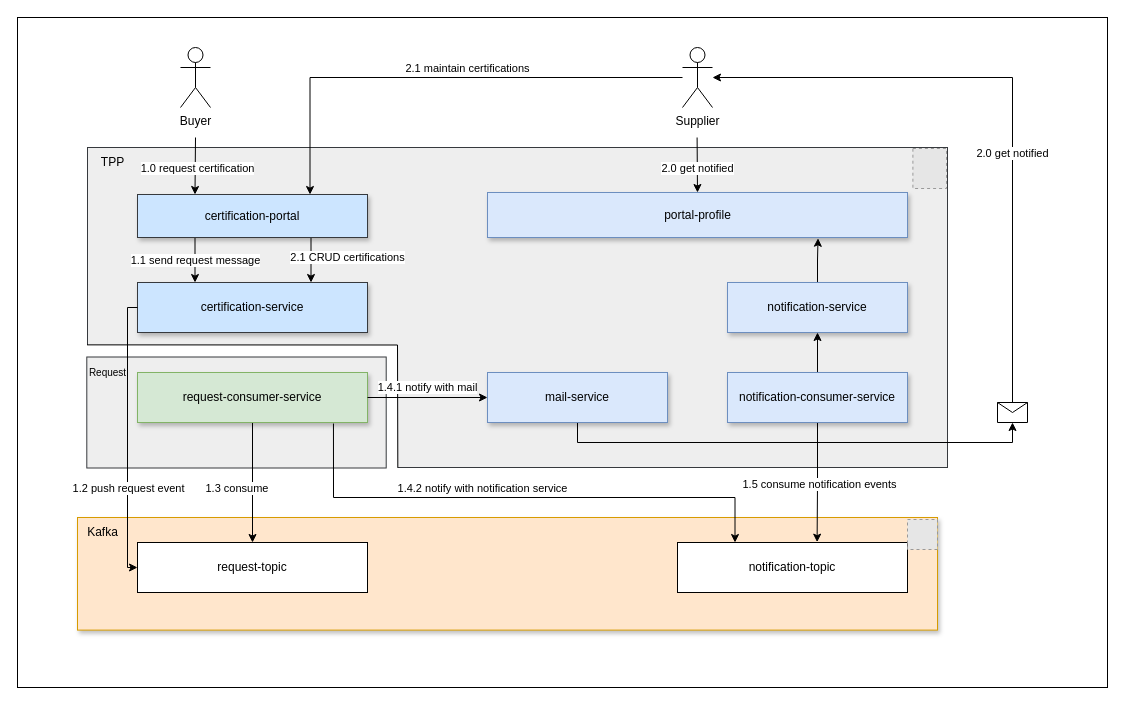
This is page "Page-4" (4 of 4) of request.drawio from huangshijie/Drawio, a draw.io file, before an edit. Source tidied: cells renumbered, new cells numbered last; positions are measured from the earlier drawing's top-left corner, leaving out a move shared by most shapes. Both pictures are drawn from the tidied source at 100%, with x=0, y=0 at pixel (17, 17). Pictures stored in the file or linked from it are replaced by grey dashed boxes.
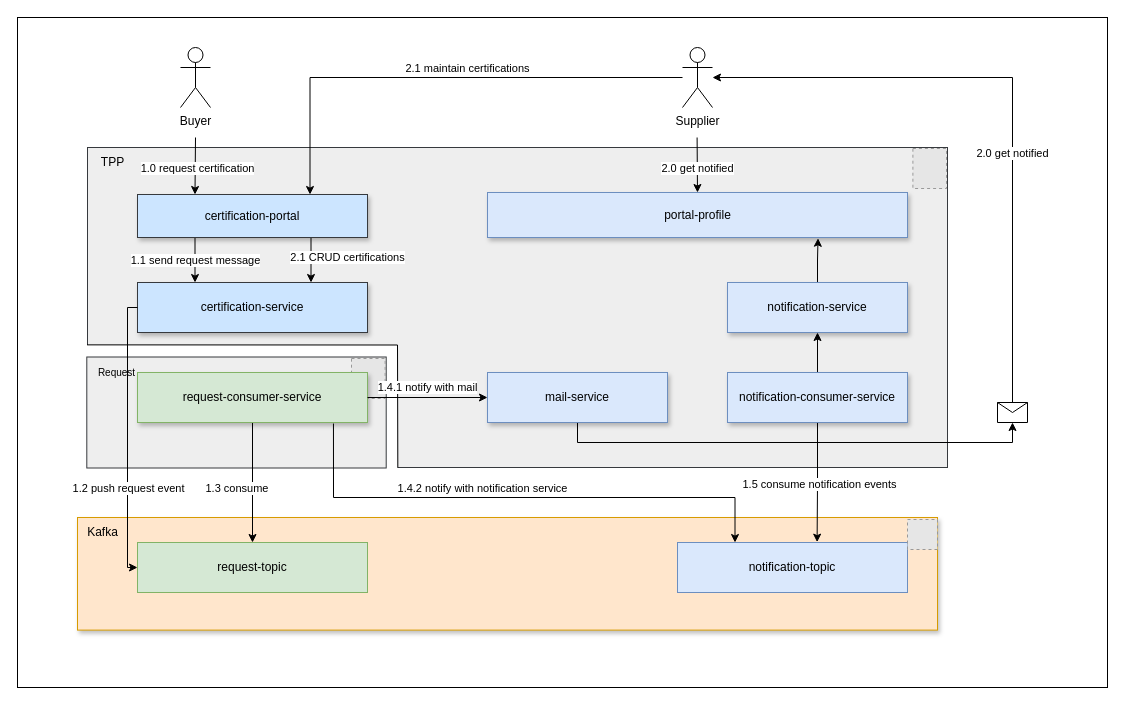
After the change.

Unchanged cells that the change refers to:
```xml
<mxCell id="38" style="group;" parent="1" vertex="1">
  <mxGeometry x="60" y="327.5" width="320" height="135" as="geometry" />
</mxCell>
```

Diff of the diagram source:
```diff
@@
-    <mxCell id="13" value="notification-topic" style="rounded=0;whiteSpace=wrap;html=1;" parent="1" vertex="1">
+    <mxCell id="13" value="notification-topic" style="rounded=0;whiteSpace=wrap;html=1;fillColor=#dae8fc;strokeColor=#6c8ebf;" parent="1" vertex="1">
       <mxGeometry x="660" y="525" width="230" height="50" as="geometry" />
     </mxCell>
@@
-    <mxCell id="27" value="request-topic" style="rounded=0;whiteSpace=wrap;html=1;" parent="1" vertex="1">
+    <mxCell id="27" value="request-topic" style="rounded=0;whiteSpace=wrap;html=1;fillColor=#d5e8d4;strokeColor=#82b366;" parent="1" vertex="1">
       <mxGeometry x="120" y="525" width="230" height="50" as="geometry" />
     </mxCell>
@@
     <mxCell id="43" value="&lt;font style=&quot;font-size: 10px;&quot;&gt;Request&lt;/font&gt;" style="text;html=1;align=center;verticalAlign=middle;strokeColor=none;fillColor=none;" parent="38" vertex="1">
-      <mxGeometry y="12" width="60" height="30" as="geometry" />
+      <mxGeometry x="9" y="12" width="60" height="30" as="geometry" />
     </mxCell>
@@
+    <mxCell id="52" style="fillColor=#E6E6E6;strokeColor=#999999;dashed=1;verticalLabelPosition=bottom;labelBackgroundColor=default;verticalAlign=top;" parent="1" vertex="1">
+      <mxGeometry x="334" y="341" width="33.6" height="40" as="geometry" />
+    </mxCell>
```
